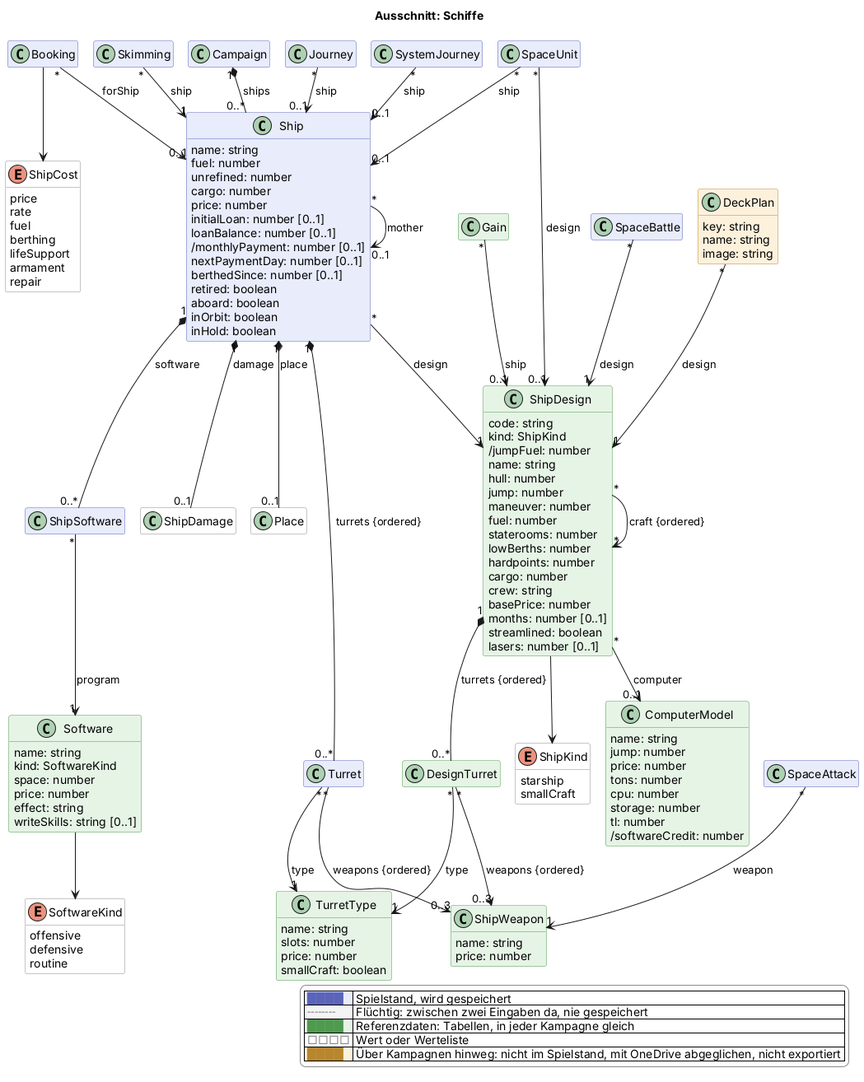
Before: docs/views/schiffe.png, a diagram exported from PlantUML (scuzzar/SRE).
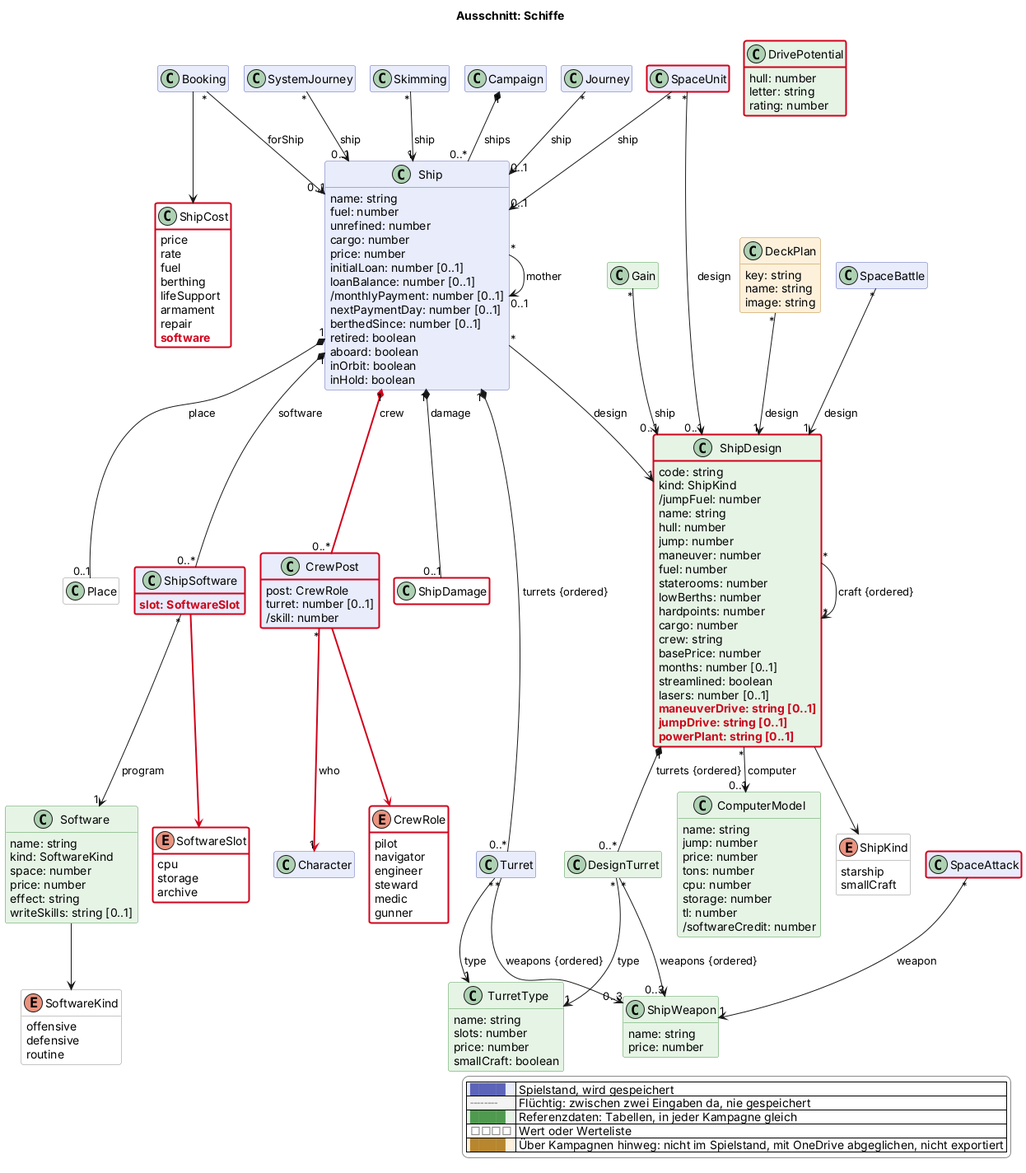
After the commit.

Diff of the diagram source:
```diff
@@ -71,6 +71,7 @@
 
   class Campaign $kampagne
   class Booking $shop
+  class Character $charakter
 
   class Ship $schiffe {
     name: string
@@ -96,8 +97,33 @@
     lifeSupport
     armament
     repair
+    $new("2026-11-22d", "software")
   }
   class ShipSoftware $schiffe {
+    $new("2026-11-22d", "slot: SoftwareSlot")
+  }
+  enum SoftwareSlot <<value>> $schiffe $newClass("2026-11-22d") {
+    cpu
+    storage
+    archive
+  }
+  class CrewPost $schiffe $newClass("2026-11-22d") {
+    post: CrewRole
+    turret: number [0..1]
+    /skill: number
+  }
+  enum CrewRole <<value>> $schiffe $newClass("2026-11-22d") {
+    pilot
+    navigator
+    engineer
+    steward
+    medic
+    gunner
+  }
+  class DrivePotential <<reference>> $schiffe $newClass("2026-11-22d") {
+    hull: number
+    letter: string
+    rating: number
   }
   class Turret $schiffe {
   }
@@ -131,6 +157,9 @@
     months: number [0..1]
     streamlined: boolean
     lasers: number [0..1]
+    $new("2026-11-22d", "maneuverDrive: string [0..1]")
+    $new("2026-11-22d", "jumpDrive: string [0..1]")
+    $new("2026-11-22d", "powerPlant: string [0..1]")
   }
   enum ShipKind <<value>> $schiffe {
     starship
@@ -188,6 +217,10 @@
 Ship "1" *-- "0..*" ShipSoftware : software
 Ship "1" *-- "0..1" Place : place
 ShipSoftware "*" --> "1" Software : program
+ShipSoftware -$newArrow("2026-11-22d")-> SoftwareSlot
+Ship "1" *-$newArrow("2026-11-22d")- "0..*" CrewPost : crew
+CrewPost "*" -$newArrow("2026-11-22d")-> "1" Character : who
+CrewPost -$newArrow("2026-11-22d")-> CrewRole
 Ship "1" *-- "0..*" Turret : turrets {ordered}
 Turret "*" --> "1" TurretType : type
 Turret "*" --> "0..3" ShipWeapon : weapons {ordered}
@@ -232,4 +265,10 @@
   |<#ffffff> <color:#8a8a8a>□□□□</color> | Wert oder Werteliste |
   |<#fdf1dc> <color:#b8862e>████</color> | Über Kampagnen hinweg: nicht im Spielstand, mit OneDrive abgeglichen, nicht exportiert |
 endlegend
+class ShipCost #line:d0021b;line.bold
+class ShipSoftware #line:d0021b;line.bold
+class ShipDesign #line:d0021b;line.bold
+class ShipDamage #line:d0021b;line.bold
+class SpaceAttack #line:d0021b;line.bold
+class SpaceUnit #line:d0021b;line.bold
 @enduml
```
